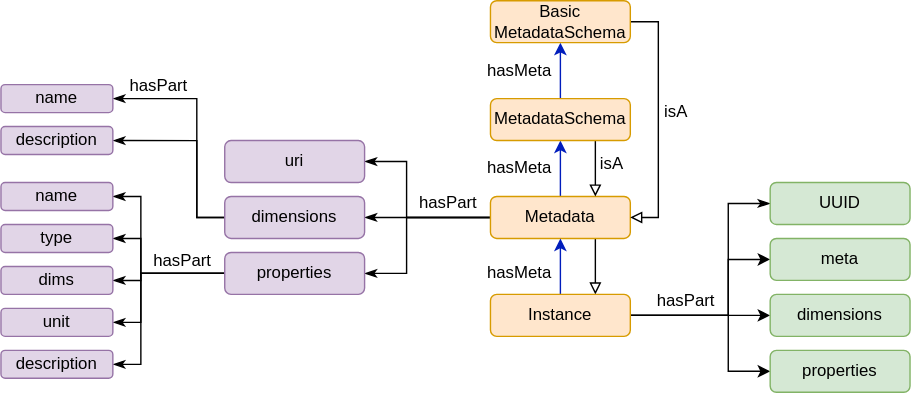
The draw.io diagram doc/figs/datamodel.svg in SINTEF/dlite, before a commit. Source tidied: cells renumbered, new cells last; positions are measured from the earlier drawing's top-left corner, leaving out a move shared by most shapes.
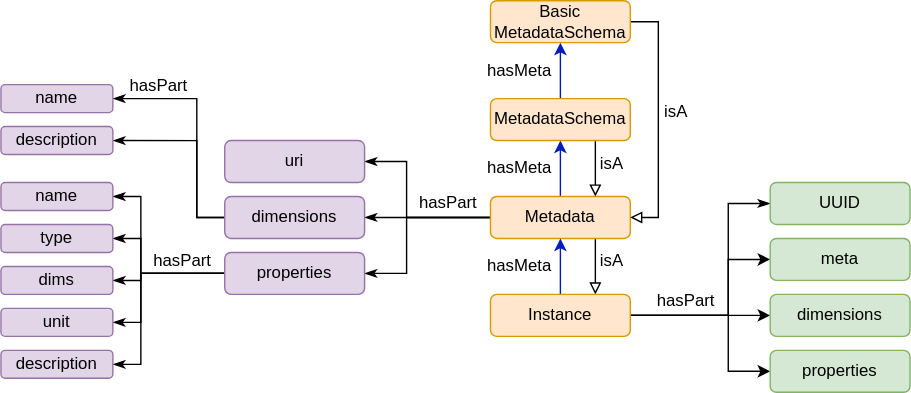
Later version of the same file.

The edit, as a diff of the source:
```diff
@@ -198,10 +198,13 @@
       <mxGeometry x="356" y="110" width="40" height="20" as="geometry" />
     </mxCell>
     <mxCell id="47" value="hasMeta" style="text;html=1;strokeColor=none;fillColor=none;align=right;verticalAlign=middle;whiteSpace=wrap;rounded=0;" parent="1" vertex="1">
-      <mxGeometry x="356" y="185" width="40" height="20" as="geometry" />
+      <mxGeometry x="356" y="180" width="40" height="20" as="geometry" />
     </mxCell>
     <mxCell id="48" value="isA" style="text;html=1;strokeColor=none;fillColor=none;align=center;verticalAlign=middle;whiteSpace=wrap;rounded=0;" parent="1" vertex="1">
       <mxGeometry x="417" y="107" width="40" height="20" as="geometry" />
     </mxCell>
+    <mxCell id="49" value="isA" style="text;html=1;strokeColor=none;fillColor=none;align=center;verticalAlign=middle;whiteSpace=wrap;rounded=0;" parent="1" vertex="1">
+      <mxGeometry x="417" y="176" width="40" height="20" as="geometry" />
+    </mxCell>
   </root>
 </mxGraphModel>
```
